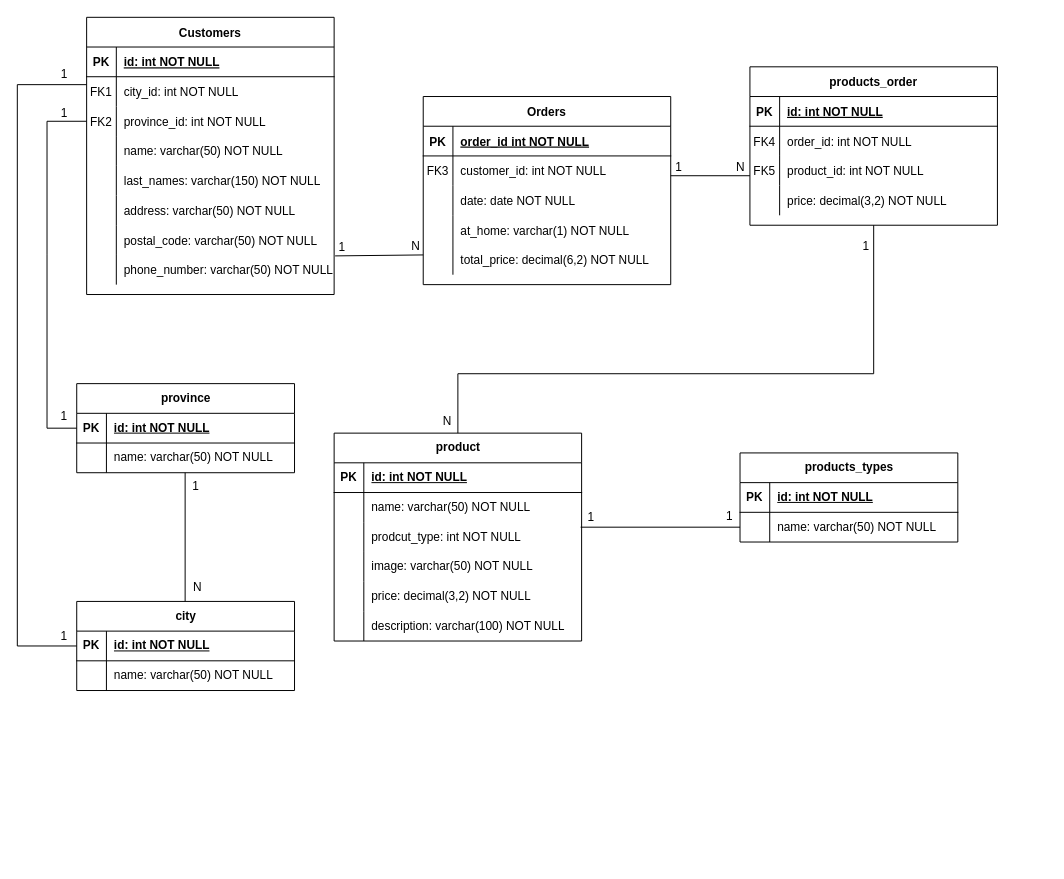
Above: Pizzeria/pizzeria.drawio in alescu/mysql-estructura (draw.io), before the change. Source tidied: cells renumbered, new cells numbered last; positions are measured from the earlier drawing's top-left corner, leaving out a move shared by most shapes. Both pictures are drawn from the tidied source at 99%, with x=0, y=0 at pixel (17, 17).
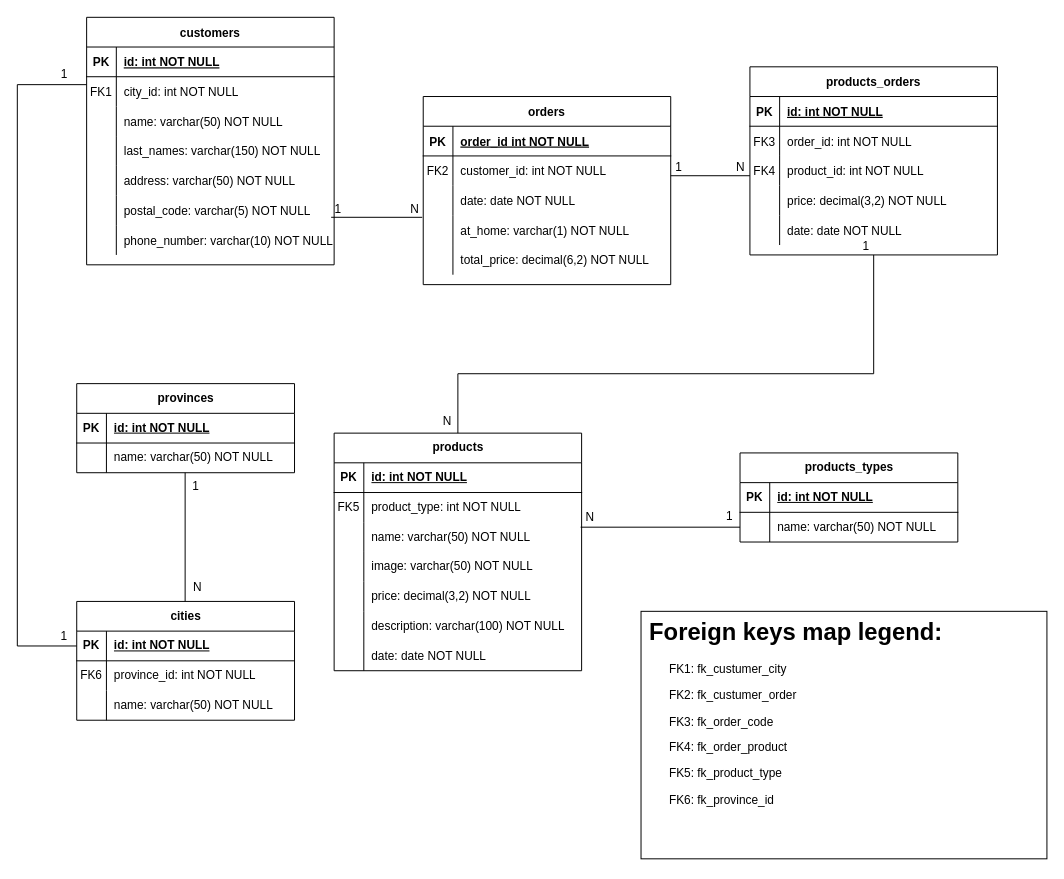
The same page after the edit.

Commit message (it also covers changes not shown here):
add sql file and moficied drawio file

The change refers to these unchanged cells:
```xml
<mxCell id="6" style="shape=partialRectangle;fillColor=none;top=0;left=0;right=0;bottom=0;" parent="2" vertex="1">
  <mxGeometry y="60" width="250" height="30" as="geometry" />
</mxCell>
<mxCell id="12" style="shape=partialRectangle;fillColor=none;points=[[0,0.5],[1,0.5]];portConstraint=eastwest;top=0;left=0;right=0;bottom=0;" parent="2" vertex="1">
  <mxGeometry y="120" width="250" height="30" as="geometry" />
</mxCell>
<mxCell id="22" style="shape=partialRectangle;fillColor=none;top=0;left=0;right=0;bottom=0;" parent="18" vertex="1">
  <mxGeometry y="60" width="250" height="30" as="geometry" />
</mxCell>
<mxCell id="25" style="shape=partialRectangle;fillColor=none;top=0;left=0;right=0;bottom=0;" parent="18" vertex="1">
  <mxGeometry y="90" width="250" height="30" as="geometry" />
</mxCell>
<mxCell id="64" style="shape=tableRow;horizontal=0;startSize=0;swimlaneHead=0;swimlaneBody=0;fillColor=none;points=[[0,0.5],[1,0.5]];portConstraint=eastwest;top=0;left=0;right=0;bottom=1;" parent="63" vertex="1">
  <mxGeometry y="30" width="220" height="30" as="geometry" />
</mxCell>
```

What changed in the source:
```diff
@@
-    <mxCell id="2" value="Orders" style="shape=table;startSize=30;childLayout=tableLayout;rowLines=0;fontStyle=1;align=center;" parent="1" vertex="1">
+    <mxCell id="2" value="orders" style="shape=table;startSize=30;childLayout=tableLayout;rowLines=0;fontStyle=1;align=center;" parent="1" vertex="1">
       <mxGeometry x="410" y="80" width="250" height="190" as="geometry" />
     </mxCell>
@@
-    <mxCell id="7" value="FK3" style="shape=partialRectangle;overflow=hidden;fillColor=none;top=0;left=0;bottom=0;right=0;" parent="6" vertex="1">
+    <mxCell id="7" value="FK2" style="shape=partialRectangle;overflow=hidden;fillColor=none;top=0;left=0;bottom=0;right=0;" parent="6" vertex="1">
       <mxGeometry width="30" height="30" as="geometry" />
     </mxCell>
@@
-    <mxCell id="18" value="products_order" style="shape=table;startSize=30;childLayout=tableLayout;rowLines=0;fontStyle=1;align=center;" parent="1" vertex="1">
-      <mxGeometry x="740" y="50" width="250" height="160" as="geometry" />
+    <mxCell id="18" value="products_orders" style="shape=table;startSize=30;childLayout=tableLayout;rowLines=0;fontStyle=1;align=center;" parent="1" vertex="1">
+      <mxGeometry x="740" y="50" width="250" height="190" as="geometry" />
     </mxCell>
@@
-    <mxCell id="23" value="FK4" style="shape=partialRectangle;overflow=hidden;fillColor=none;top=0;left=0;bottom=0;right=0;" parent="22" vertex="1">
+    <mxCell id="23" value="FK3" style="shape=partialRectangle;overflow=hidden;fillColor=none;top=0;left=0;bottom=0;right=0;" parent="22" vertex="1">
       <mxGeometry width="30" height="30" as="geometry" />
     </mxCell>
@@
-    <mxCell id="26" value="FK5" style="shape=partialRectangle;overflow=hidden;fillColor=none;top=0;left=0;bottom=0;right=0;" parent="25" vertex="1">
+    <mxCell id="26" value="FK4" style="shape=partialRectangle;overflow=hidden;fillColor=none;top=0;left=0;bottom=0;right=0;" parent="25" vertex="1">
       <mxGeometry width="30" height="30" as="geometry" />
     </mxCell>
@@
+    <mxCell id="117" style="shape=partialRectangle;fillColor=none;top=0;left=0;right=0;bottom=0;" parent="18" vertex="1">
+      <mxGeometry y="150" width="250" height="30" as="geometry" />
+    </mxCell>
+    <mxCell id="118" style="shape=partialRectangle;overflow=hidden;fillColor=none;top=0;left=0;bottom=0;right=0;" parent="117" vertex="1">
+      <mxGeometry width="30" height="30" as="geometry" />
+    </mxCell>
+    <mxCell id="119" value="date: date NOT NULL" style="shape=partialRectangle;overflow=hidden;fillColor=none;top=0;left=0;bottom=0;right=0;align=left;spacingLeft=6;" parent="117" vertex="1">
+      <mxGeometry x="30" width="220" height="30" as="geometry" />
+    </mxCell>
-    <mxCell id="31" value="Customers" style="shape=table;startSize=30;childLayout=tableLayout;rowLines=0;fontStyle=1;align=center;" parent="1" vertex="1">
-      <mxGeometry x="70" width="250" height="280" as="geometry" />
+    <mxCell id="31" value="customers" style="shape=table;startSize=30;childLayout=tableLayout;rowLines=0;fontStyle=1;align=center;" parent="1" vertex="1">
+      <mxGeometry x="70" width="250" height="250" as="geometry" />
     </mxCell>
@@
-    <mxCell id="38" style="shape=partialRectangle;fillColor=none;points=[[0,0.5],[1,0.5]];portConstraint=eastwest;top=0;left=0;right=0;bottom=0;" parent="31" vertex="1">
-      <mxGeometry y="90" width="250" height="30" as="geometry" />
-    </mxCell>
-    <mxCell id="39" value="FK2" style="shape=partialRectangle;overflow=hidden;fillColor=none;top=0;left=0;bottom=0;right=0;" parent="38" vertex="1">
-      <mxGeometry width="30" height="30" as="geometry" />
-    </mxCell>
-    <mxCell id="40" value="province_id: int NOT NULL" style="shape=partialRectangle;overflow=hidden;fillColor=none;top=0;left=0;bottom=0;right=0;align=left;spacingLeft=6;" parent="38" vertex="1">
-      <mxGeometry x="30" width="220" height="30" as="geometry" />
-    </mxCell>
     <mxCell id="41" style="shape=partialRectangle;fillColor=none;top=0;left=0;right=0;bottom=0;" parent="31" vertex="1">
-      <mxGeometry y="120" width="250" height="30" as="geometry" />
+      <mxGeometry y="90" width="250" height="30" as="geometry" />
     </mxCell>
@@
     <mxCell id="44" style="shape=partialRectangle;fillColor=none;top=0;left=0;right=0;bottom=0;" parent="31" vertex="1">
-      <mxGeometry y="150" width="250" height="30" as="geometry" />
+      <mxGeometry y="120" width="250" height="30" as="geometry" />
     </mxCell>
@@
     <mxCell id="47" style="shape=partialRectangle;fillColor=none;top=0;left=0;right=0;bottom=0;" parent="31" vertex="1">
-      <mxGeometry y="180" width="250" height="30" as="geometry" />
+      <mxGeometry y="150" width="250" height="30" as="geometry" />
     </mxCell>
@@
     <mxCell id="50" style="shape=partialRectangle;fillColor=none;points=[[0,0.5],[1,0.5]];portConstraint=eastwest;top=0;left=0;right=0;bottom=0;" parent="31" vertex="1">
-      <mxGeometry y="210" width="250" height="30" as="geometry" />
+      <mxGeometry y="180" width="250" height="30" as="geometry" />
     </mxCell>
@@
-    <mxCell id="52" value="postal_code: varchar(50) NOT NULL" style="shape=partialRectangle;overflow=hidden;fillColor=none;top=0;left=0;bottom=0;right=0;align=left;spacingLeft=6;" parent="50" vertex="1">
+    <mxCell id="52" value="postal_code: varchar(5) NOT NULL" style="shape=partialRectangle;overflow=hidden;fillColor=none;top=0;left=0;bottom=0;right=0;align=left;spacingLeft=6;" parent="50" vertex="1">
       <mxGeometry x="30" width="220" height="30" as="geometry" />
     </mxCell>
     <mxCell id="53" style="shape=partialRectangle;fillColor=none;points=[[0,0.5],[1,0.5]];portConstraint=eastwest;top=0;left=0;right=0;bottom=0;" parent="31" vertex="1">
-      <mxGeometry y="240" width="250" height="30" as="geometry" />
+      <mxGeometry y="210" width="250" height="30" as="geometry" />
     </mxCell>
@@
-    <mxCell id="55" value="phone_number: varchar(50) NOT NULL" style="shape=partialRectangle;overflow=hidden;fillColor=none;top=0;left=0;bottom=0;right=0;align=left;spacingLeft=6;" parent="53" vertex="1">
+    <mxCell id="55" value="phone_number: varchar(10) NOT NULL" style="shape=partialRectangle;overflow=hidden;fillColor=none;top=0;left=0;bottom=0;right=0;align=left;spacingLeft=6;" parent="53" vertex="1">
       <mxGeometry x="30" width="220" height="30" as="geometry" />
     </mxCell>
-    <mxCell id="56" value="city" style="shape=table;startSize=30;childLayout=tableLayout;rowLines=0;fontStyle=1;align=center;html=1;" parent="1" vertex="1">
-      <mxGeometry x="60" y="590" width="220" height="90" as="geometry" />
+    <mxCell id="56" value="cities" style="shape=table;startSize=30;childLayout=tableLayout;rowLines=0;fontStyle=1;align=center;html=1;" parent="1" vertex="1">
+      <mxGeometry x="60" y="590" width="220" height="120" as="geometry" />
     </mxCell>
@@
+    <mxCell id="120" style="shape=tableRow;horizontal=0;startSize=0;swimlaneHead=0;swimlaneBody=0;fillColor=none;top=0;left=0;right=0;bottom=0;" parent="56" vertex="1">
+      <mxGeometry y="60" width="220" height="30" as="geometry" />
+    </mxCell>
+    <mxCell id="121" value="FK6" style="shape=partialRectangle;fillColor=none;top=0;left=0;bottom=0;right=0;overflow=hidden;whiteSpace=wrap;html=1;" parent="120" vertex="1">
+      <mxGeometry width="30" height="30" as="geometry" />
+    </mxCell>
+    <mxCell id="40" value="&lt;span style=&quot;text-wrap-mode: nowrap;&quot;&gt;province_id: int NOT NULL&lt;/span&gt;" style="shape=partialRectangle;fillColor=none;top=0;left=0;bottom=0;right=0;align=left;spacingLeft=6;overflow=hidden;whiteSpace=wrap;html=1;" parent="120" vertex="1">
+      <mxGeometry x="30" width="190" height="30" as="geometry" />
+    </mxCell>
     <mxCell id="60" style="shape=tableRow;horizontal=0;startSize=0;swimlaneHead=0;swimlaneBody=0;fillColor=none;top=0;left=0;right=0;bottom=0;" parent="56" vertex="1">
-      <mxGeometry y="60" width="220" height="30" as="geometry" />
+      <mxGeometry y="90" width="220" height="30" as="geometry" />
     </mxCell>
@@
-    <mxCell id="63" value="province" style="shape=table;startSize=30;childLayout=tableLayout;rowLines=0;fontStyle=1;align=center;html=1;" parent="1" vertex="1">
+    <mxCell id="63" value="provinces" style="shape=table;startSize=30;childLayout=tableLayout;rowLines=0;fontStyle=1;align=center;html=1;" parent="1" vertex="1">
       <mxGeometry x="60" y="370" width="220" height="90" as="geometry" />
     </mxCell>
@@
-    <mxCell id="70" value="product" style="shape=table;startSize=30;childLayout=tableLayout;rowLines=0;fontStyle=1;align=center;html=1;" parent="1" vertex="1">
-      <mxGeometry x="320" y="420" width="250" height="210" as="geometry" />
+    <mxCell id="70" value="products" style="shape=table;startSize=30;childLayout=tableLayout;rowLines=0;fontStyle=1;align=center;html=1;" parent="1" vertex="1">
+      <mxGeometry x="320" y="420" width="250" height="240" as="geometry" />
     </mxCell>
@@
+    <mxCell id="77" style="shape=tableRow;horizontal=0;startSize=0;swimlaneHead=0;swimlaneBody=0;fillColor=none;top=0;left=0;right=0;bottom=0;" parent="70" vertex="1">
+      <mxGeometry y="60" width="250" height="30" as="geometry" />
+    </mxCell>
+    <mxCell id="78" value="FK5" style="shape=partialRectangle;fillColor=none;top=0;left=0;bottom=0;right=0;overflow=hidden;whiteSpace=wrap;html=1;" parent="77" vertex="1">
+      <mxGeometry width="30" height="30" as="geometry" />
+    </mxCell>
+    <mxCell id="79" value="&lt;span style=&quot;text-wrap-mode: nowrap;&quot;&gt;product_type: int NOT NULL&lt;/span&gt;" style="shape=partialRectangle;fillColor=none;top=0;left=0;bottom=0;right=0;align=left;spacingLeft=6;overflow=hidden;whiteSpace=wrap;html=1;" parent="77" vertex="1">
+      <mxGeometry x="30" width="220" height="30" as="geometry" />
+    </mxCell>
     <mxCell id="74" style="shape=tableRow;horizontal=0;startSize=0;swimlaneHead=0;swimlaneBody=0;fillColor=none;top=0;left=0;right=0;bottom=0;" parent="70" vertex="1">
-      <mxGeometry y="60" width="250" height="30" as="geometry" />
+      <mxGeometry y="90" width="250" height="30" as="geometry" />
     </mxCell>
@@
-    <mxCell id="77" style="shape=tableRow;horizontal=0;startSize=0;swimlaneHead=0;swimlaneBody=0;fillColor=none;top=0;left=0;right=0;bottom=0;" parent="70" vertex="1">
-      <mxGeometry y="90" width="250" height="30" as="geometry" />
-    </mxCell>
-    <mxCell id="78" style="shape=partialRectangle;fillColor=none;top=0;left=0;bottom=0;right=0;overflow=hidden;whiteSpace=wrap;html=1;" parent="77" vertex="1">
-      <mxGeometry width="30" height="30" as="geometry" />
-    </mxCell>
-    <mxCell id="79" value="&lt;span style=&quot;text-wrap-mode: nowrap;&quot;&gt;prodcut_type: int NOT NULL&lt;/span&gt;" style="shape=partialRectangle;fillColor=none;top=0;left=0;bottom=0;right=0;align=left;spacingLeft=6;overflow=hidden;whiteSpace=wrap;html=1;" parent="77" vertex="1">
-      <mxGeometry x="30" width="220" height="30" as="geometry" />
-    </mxCell>
@@
+    <mxCell id="122" style="shape=partialRectangle;fillColor=none;top=0;left=0;right=0;bottom=0;" parent="70" vertex="1">
+      <mxGeometry y="210" width="250" height="30" as="geometry" />
+    </mxCell>
+    <mxCell id="123" style="shape=partialRectangle;overflow=hidden;fillColor=none;top=0;left=0;bottom=0;right=0;" parent="122" vertex="1">
+      <mxGeometry width="30" height="30" as="geometry" />
+    </mxCell>
+    <mxCell id="124" value="date: date NOT NULL" style="shape=partialRectangle;overflow=hidden;fillColor=none;top=0;left=0;bottom=0;right=0;align=left;spacingLeft=6;" parent="122" vertex="1">
+      <mxGeometry x="30" width="220" height="30" as="geometry" />
+    </mxCell>
@@
-    <mxCell id="100" style="endArrow=none;html=1;rounded=0;exitX=1.004;exitY=0.033;exitDx=0;exitDy=0;exitPerimeter=0;" parent="1" edge="1" source="53">
-      <mxGeometry relative="1" as="geometry">
-        <mxPoint x="410" y="240" as="targetPoint" />
-      </mxGeometry>
+    <mxCell id="100" style="endArrow=none;html=1;rounded=0;exitX=0.988;exitY=0.733;exitDx=0;exitDy=0;exitPerimeter=0;entryX=-0.004;entryY=0.067;entryDx=0;entryDy=0;entryPerimeter=0;" parent="1" edge="1" source="50" target="12">
+      <mxGeometry relative="1" as="geometry" />
     </mxCell>
@@
-    <mxCell id="109" value="1" style="html=1;whiteSpace=wrap;align=right;verticalAlign=bottom;" parent="1" vertex="1">
+    <mxCell id="109" value="N" style="html=1;whiteSpace=wrap;align=right;verticalAlign=bottom;" parent="1" vertex="1">
       <mxGeometry x="584" y="513" as="geometry" />
     </mxCell>
@@
-    <mxCell id="114" style="endArrow=none;html=1;rounded=0;exitX=0;exitY=0.5;exitDx=0;exitDy=0;entryX=0;entryY=0.5;entryDx=0;entryDy=0;" parent="1" edge="1" source="64" target="38">
-      <mxGeometry relative="1" as="geometry">
-        <Array as="points">
-          <mxPoint x="30" y="415" />
-          <mxPoint x="30" y="240" />
-          <mxPoint x="30" y="105" />
-        </Array>
-      </mxGeometry>
-    </mxCell>
-    <mxCell id="115" value="1" style="html=1;whiteSpace=wrap;align=left;verticalAlign=bottom;" parent="114" vertex="1">
-      <mxGeometry x="-1" relative="1" as="geometry">
-        <mxPoint x="-18" y="-4" as="offset" />
-      </mxGeometry>
-    </mxCell>
-    <mxCell id="116" value="1" style="html=1;whiteSpace=wrap;align=right;verticalAlign=bottom;" parent="114" vertex="1">
-      <mxGeometry x="1" relative="1" as="geometry">
-        <mxPoint x="-18" as="offset" />
-      </mxGeometry>
-    </mxCell>
+    <mxCell id="125" value="&lt;h1 style=&quot;margin-top: 0px;&quot;&gt;&amp;nbsp;Foreign keys map legend:&lt;/h1&gt;&lt;p&gt;&lt;span style=&quot;text-align: center; text-wrap-mode: nowrap; background-color: transparent; color: light-dark(rgb(0, 0, 0), rgb(255, 255, 255));&quot;&gt;&lt;span style=&quot;white-space: pre;&quot;&gt;&#9;&lt;/span&gt;FK1:&amp;nbsp;&lt;/span&gt;&lt;span style=&quot;background-color: transparent; text-wrap-mode: nowrap;&quot;&gt;fk_custumer_city&lt;/span&gt;&lt;/p&gt;&lt;p&gt;&lt;span style=&quot;text-align: center; text-wrap-mode: nowrap;&quot;&gt;&lt;span style=&quot;white-space: pre;&quot;&gt;&#9;&lt;/span&gt;FK2:&amp;nbsp;&lt;/span&gt;&lt;span style=&quot;background-color: transparent; text-wrap-mode: nowrap;&quot;&gt;fk_&lt;/span&gt;&lt;span style=&quot;text-wrap-mode: nowrap; background-color: transparent; color: light-dark(rgb(0, 0, 0), rgb(255, 255, 255));&quot;&gt;custumer_order&lt;/span&gt;&lt;/p&gt;&lt;p&gt;&lt;span style=&quot;text-align: center; text-wrap-mode: nowrap;&quot;&gt;&lt;span style=&quot;white-space: pre;&quot;&gt;&#9;&lt;/span&gt;FK3:&amp;nbsp;&lt;/span&gt;&lt;span style=&quot;text-wrap-mode: nowrap; background-color: transparent; color: light-dark(rgb(0, 0, 0), rgb(255, 255, 255));&quot;&gt;fk_order_code&lt;/span&gt;&lt;/p&gt;&lt;p&gt;&lt;span style=&quot;text-align: center; text-wrap-mode: nowrap;&quot;&gt;&lt;span style=&quot;white-space: pre;&quot;&gt;&#9;&lt;/span&gt;FK4:&amp;nbsp;&lt;/span&gt;&lt;span style=&quot;background-color: transparent; text-wrap-mode: nowrap;&quot;&gt;fk_order_product&lt;/span&gt;&lt;/p&gt;&lt;p&gt;&lt;span style=&quot;background-color: transparent; text-wrap-mode: nowrap;&quot;&gt;&lt;span style=&quot;white-space: pre;&quot;&gt;&#9;&lt;/span&gt;&lt;/span&gt;&lt;span style=&quot;background-color: transparent; color: light-dark(rgb(0, 0, 0), rgb(255, 255, 255)); text-wrap-mode: nowrap; text-align: center;&quot;&gt;FK5:&amp;nbsp;&lt;/span&gt;&lt;span style=&quot;background-color: transparent; color: light-dark(rgb(0, 0, 0), rgb(255, 255, 255)); text-wrap-mode: nowrap;&quot;&gt;fk_product_type&lt;/span&gt;&lt;/p&gt;&lt;p&gt;&lt;span style=&quot;color: light-dark(rgb(0, 0, 0), rgb(255, 255, 255)); text-wrap-mode: nowrap; background-color: transparent; text-align: center;&quot;&gt;&lt;span style=&quot;white-space: pre;&quot;&gt;&#9;&lt;/span&gt;FK6:&amp;nbsp;&lt;/span&gt;&lt;span style=&quot;color: light-dark(rgb(0, 0, 0), rgb(255, 255, 255)); text-wrap-mode: nowrap; background-color: transparent;&quot;&gt;fk_province_id&lt;/span&gt;&lt;span style=&quot;background-color: transparent; color: light-dark(rgb(0, 0, 0), rgb(255, 255, 255)); text-wrap-mode: nowrap;&quot;&gt;&lt;/span&gt;&lt;/p&gt;" style="text;html=1;whiteSpace=wrap;overflow=hidden;rounded=0;strokeColor=default;perimeterSpacing=20;strokeWidth=1;labelPadding=0;imageAspect=1;" parent="1" vertex="1">
+      <mxGeometry x="630" y="600" width="410" height="250" as="geometry" />
+    </mxCell>
```
